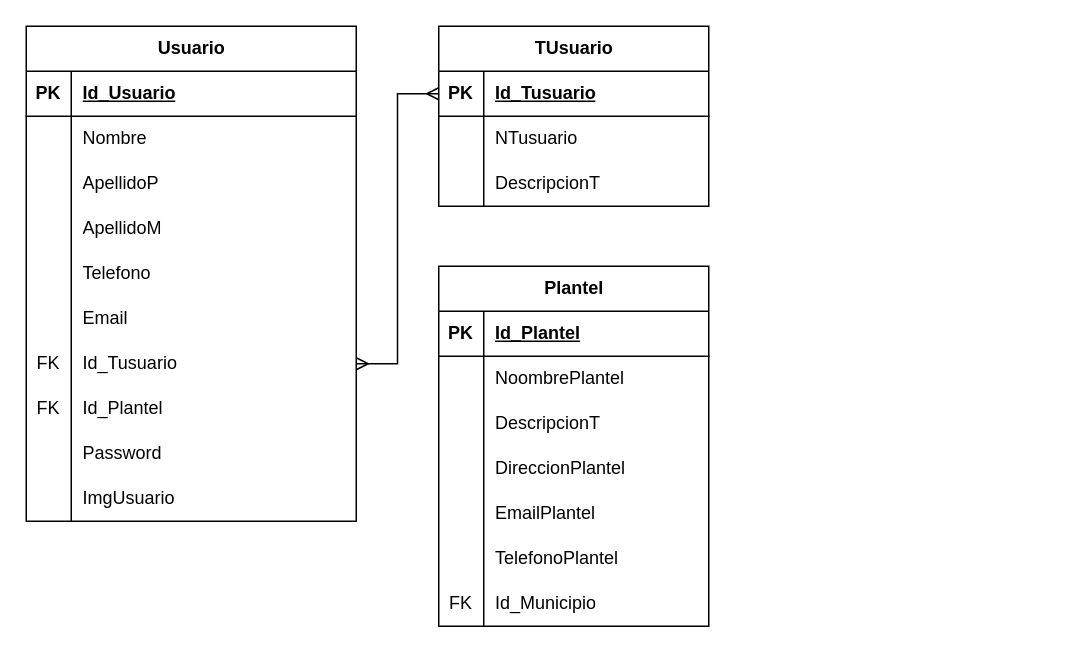
Above: page "Modelo_Relacional" (2 of 3) of Diagrama sin título.drawio in JlchavezG/ContruccionBd (draw.io), before the change. Source tidied: cells renumbered, new cells numbered last; positions are measured from the earlier drawing's top-left corner, leaving out a move shared by most shapes. Both pictures are drawn from the tidied source at 150%, with x=0, y=0 at pixel (26, 26).
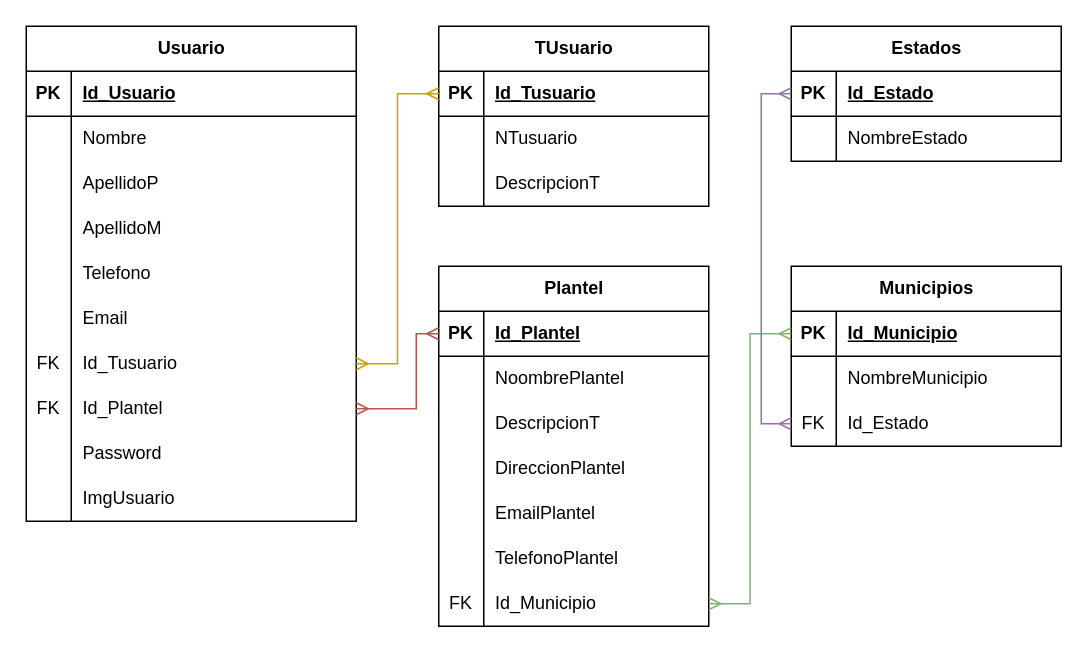
The same page after the edit.

Unchanged cells that the change refers to:
```xml
<mxCell id="21" style="shape=tableRow;horizontal=0;startSize=0;swimlaneHead=0;swimlaneBody=0;fillColor=none;points=[[0,0.5],[1,0.5]];portConstraint=eastwest;top=0;left=0;right=0;bottom=0;" parent="2" vertex="1">
  <mxGeometry y="210" width="220" height="30" as="geometry" />
</mxCell>
<mxCell id="24" style="shape=tableRow;horizontal=0;startSize=0;swimlaneHead=0;swimlaneBody=0;fillColor=none;points=[[0,0.5],[1,0.5]];portConstraint=eastwest;top=0;left=0;right=0;bottom=0;" parent="2" vertex="1">
  <mxGeometry y="240" width="220" height="30" as="geometry" />
</mxCell>
<mxCell id="34" style="shape=tableRow;horizontal=0;startSize=0;swimlaneHead=0;swimlaneBody=0;fillColor=none;points=[[0,0.5],[1,0.5]];portConstraint=eastwest;top=0;left=0;right=0;bottom=1;" parent="33" vertex="1">
  <mxGeometry y="30" width="180" height="30" as="geometry" />
</mxCell>
<mxCell id="45" style="shape=tableRow;horizontal=0;startSize=0;swimlaneHead=0;swimlaneBody=0;fillColor=none;points=[[0,0.5],[1,0.5]];portConstraint=eastwest;top=0;left=0;right=0;bottom=1;" parent="44" vertex="1">
  <mxGeometry y="30" width="180" height="30" as="geometry" />
</mxCell>
<mxCell id="63" style="shape=tableRow;horizontal=0;startSize=0;swimlaneHead=0;swimlaneBody=0;fillColor=none;points=[[0,0.5],[1,0.5]];portConstraint=eastwest;top=0;left=0;right=0;bottom=0;" parent="44" vertex="1">
  <mxGeometry y="210" width="180" height="30" as="geometry" />
</mxCell>
```

Diff of the diagram source:
```diff
@@
-    <mxCell id="43" style="edgeStyle=orthogonalEdgeStyle;rounded=0;jettySize=auto;html=1;entryX=1;entryY=0.5;entryDx=0;entryDy=0;endArrow=ERmany;endFill=0;startArrow=ERmany;startFill=0;" parent="1" edge="1" source="34" target="21">
+    <mxCell id="43" style="edgeStyle=orthogonalEdgeStyle;rounded=0;jettySize=auto;html=1;entryX=1;entryY=0.5;entryDx=0;entryDy=0;endArrow=ERmany;endFill=0;startArrow=ERmany;startFill=0;fillColor=#ffe6cc;strokeColor=#d79b00;" parent="1" edge="1" source="34" target="21">
       <mxGeometry relative="1" as="geometry" />
     </mxCell>
@@
+    <mxCell id="66" style="edgeStyle=orthogonalEdgeStyle;rounded=0;jettySize=auto;html=1;entryX=1;entryY=0.5;entryDx=0;entryDy=0;startArrow=ERmany;startFill=0;endArrow=ERmany;endFill=0;fillColor=#f8cecc;strokeColor=#b85450;" parent="1" edge="1" source="45" target="24">
+      <mxGeometry relative="1" as="geometry">
+        <Array as="points">
+          <mxPoint x="260" y="205" />
+          <mxPoint x="260" y="255" />
+        </Array>
+      </mxGeometry>
+    </mxCell>
+    <mxCell id="67" value="Municipios" style="shape=table;startSize=30;childLayout=tableLayout;rowLines=0;fontStyle=1;align=center;html=1;" parent="1" vertex="1">
+      <mxGeometry x="510" y="160" width="180" height="120" as="geometry" />
+    </mxCell>
+    <mxCell id="68" style="shape=tableRow;horizontal=0;startSize=0;swimlaneHead=0;swimlaneBody=0;fillColor=none;points=[[0,0.5],[1,0.5]];portConstraint=eastwest;top=0;left=0;right=0;bottom=1;" parent="67" vertex="1">
+      <mxGeometry y="30" width="180" height="30" as="geometry" />
+    </mxCell>
+    <mxCell id="69" value="PK" style="shape=partialRectangle;fillColor=none;top=0;left=0;bottom=0;right=0;fontStyle=1;overflow=hidden;whiteSpace=wrap;html=1;" parent="68" vertex="1">
+      <mxGeometry width="30" height="30" as="geometry" />
+    </mxCell>
+    <mxCell id="70" value="Id_Municipio" style="shape=partialRectangle;fillColor=none;top=0;left=0;bottom=0;right=0;align=left;spacingLeft=6;fontStyle=5;overflow=hidden;whiteSpace=wrap;html=1;" parent="68" vertex="1">
+      <mxGeometry x="30" width="150" height="30" as="geometry" />
+    </mxCell>
+    <mxCell id="71" style="shape=tableRow;horizontal=0;startSize=0;swimlaneHead=0;swimlaneBody=0;fillColor=none;top=0;left=0;right=0;bottom=0;" parent="67" vertex="1">
+      <mxGeometry y="60" width="180" height="30" as="geometry" />
+    </mxCell>
+    <mxCell id="72" style="shape=partialRectangle;fillColor=none;top=0;left=0;bottom=0;right=0;overflow=hidden;whiteSpace=wrap;html=1;" parent="71" vertex="1">
+      <mxGeometry width="30" height="30" as="geometry" />
+    </mxCell>
+    <mxCell id="73" value="NombreMunicipio" style="shape=partialRectangle;fillColor=none;top=0;left=0;bottom=0;right=0;align=left;spacingLeft=6;overflow=hidden;whiteSpace=wrap;html=1;" parent="71" vertex="1">
+      <mxGeometry x="30" width="150" height="30" as="geometry" />
+    </mxCell>
+    <mxCell id="74" style="shape=tableRow;horizontal=0;startSize=0;swimlaneHead=0;swimlaneBody=0;fillColor=none;points=[[0,0.5],[1,0.5]];portConstraint=eastwest;top=0;left=0;right=0;bottom=0;" parent="67" vertex="1">
+      <mxGeometry y="90" width="180" height="30" as="geometry" />
+    </mxCell>
+    <mxCell id="75" value="FK" style="shape=partialRectangle;fillColor=none;top=0;left=0;bottom=0;right=0;overflow=hidden;whiteSpace=wrap;html=1;" parent="74" vertex="1">
+      <mxGeometry width="30" height="30" as="geometry" />
+    </mxCell>
+    <mxCell id="76" value="Id_Estado" style="shape=partialRectangle;fillColor=none;top=0;left=0;bottom=0;right=0;align=left;spacingLeft=6;overflow=hidden;whiteSpace=wrap;html=1;" parent="74" vertex="1">
+      <mxGeometry x="30" width="150" height="30" as="geometry" />
+    </mxCell>
+    <mxCell id="77" style="edgeStyle=orthogonalEdgeStyle;rounded=0;jettySize=auto;html=1;entryX=1;entryY=0.5;entryDx=0;entryDy=0;startArrow=ERmany;startFill=0;endArrow=ERmany;endFill=0;fillColor=#d5e8d4;strokeColor=#82b366;" parent="1" edge="1" source="68" target="63">
+      <mxGeometry relative="1" as="geometry" />
+    </mxCell>
+    <mxCell id="78" value="Estados" style="shape=table;startSize=30;childLayout=tableLayout;rowLines=0;fontStyle=1;align=center;html=1;" parent="1" vertex="1">
+      <mxGeometry x="510" width="180" height="90" as="geometry" />
+    </mxCell>
+    <mxCell id="79" style="shape=tableRow;horizontal=0;startSize=0;swimlaneHead=0;swimlaneBody=0;fillColor=none;points=[[0,0.5],[1,0.5]];portConstraint=eastwest;top=0;left=0;right=0;bottom=1;" parent="78" vertex="1">
+      <mxGeometry y="30" width="180" height="30" as="geometry" />
+    </mxCell>
+    <mxCell id="80" value="PK" style="shape=partialRectangle;fillColor=none;top=0;left=0;bottom=0;right=0;fontStyle=1;overflow=hidden;whiteSpace=wrap;html=1;" parent="79" vertex="1">
+      <mxGeometry width="30" height="30" as="geometry" />
+    </mxCell>
+    <mxCell id="81" value="Id_Estado" style="shape=partialRectangle;fillColor=none;top=0;left=0;bottom=0;right=0;align=left;spacingLeft=6;fontStyle=5;overflow=hidden;whiteSpace=wrap;html=1;" parent="79" vertex="1">
+      <mxGeometry x="30" width="150" height="30" as="geometry" />
+    </mxCell>
+    <mxCell id="82" style="shape=tableRow;horizontal=0;startSize=0;swimlaneHead=0;swimlaneBody=0;fillColor=none;top=0;left=0;right=0;bottom=0;" parent="78" vertex="1">
+      <mxGeometry y="60" width="180" height="30" as="geometry" />
+    </mxCell>
+    <mxCell id="83" style="shape=partialRectangle;fillColor=none;top=0;left=0;bottom=0;right=0;overflow=hidden;whiteSpace=wrap;html=1;" parent="82" vertex="1">
+      <mxGeometry width="30" height="30" as="geometry" />
+    </mxCell>
+    <mxCell id="84" value="NombreEstado" style="shape=partialRectangle;fillColor=none;top=0;left=0;bottom=0;right=0;align=left;spacingLeft=6;overflow=hidden;whiteSpace=wrap;html=1;" parent="82" vertex="1">
+      <mxGeometry x="30" width="150" height="30" as="geometry" />
+    </mxCell>
+    <mxCell id="85" style="edgeStyle=orthogonalEdgeStyle;rounded=0;jettySize=auto;html=1;entryX=0;entryY=0.5;entryDx=0;entryDy=0;startArrow=ERmany;startFill=0;endArrow=ERmany;endFill=0;fillColor=#e1d5e7;strokeColor=#9673a6;" parent="1" edge="1" source="79" target="74">
+      <mxGeometry relative="1" as="geometry" />
+    </mxCell>
```
